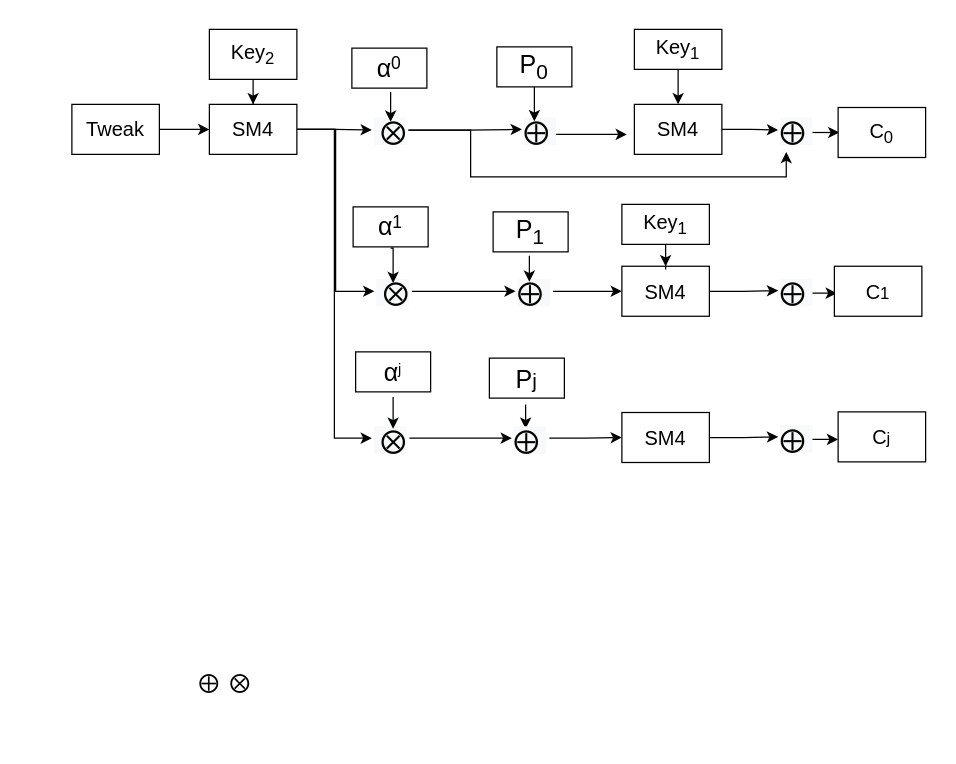
Before: serica/sm4-xts-improve.drawio in easycody/draw.io, a draw.io diagram. Source tidied: cells renumbered, new cells numbered last; positions are measured from the earlier drawing's top-left corner, leaving out a move shared by most shapes. Both pictures are drawn from the tidied source at 125%, with x=0, y=0 at pixel (71, 29).
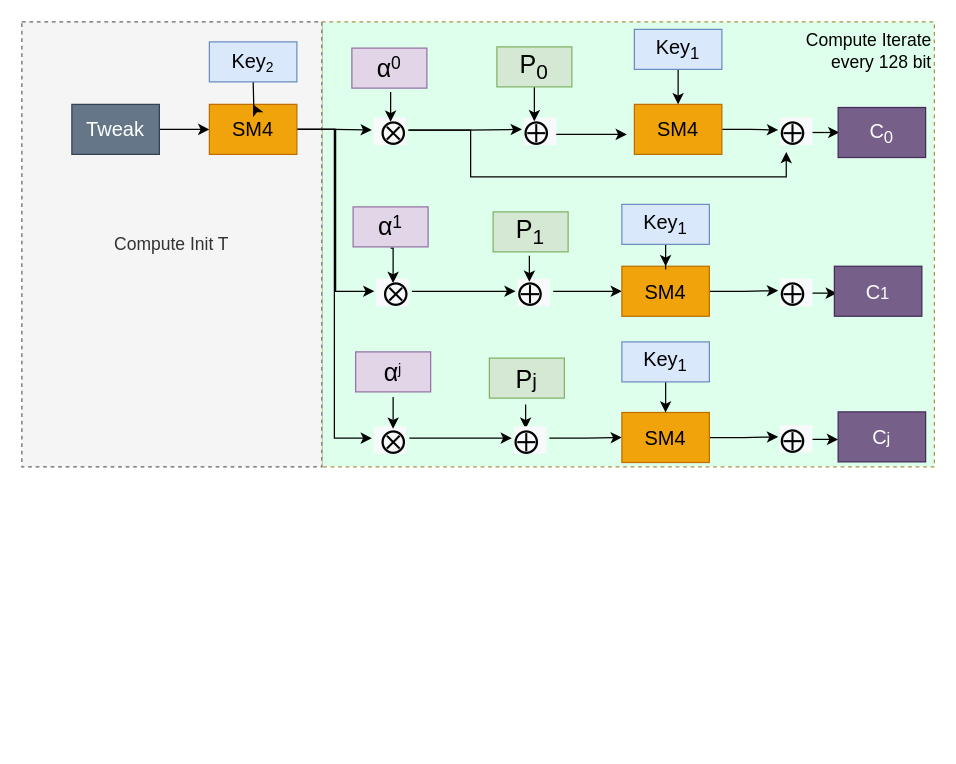
The same diagram, later.

The edit, as a diff of the source:
```diff
@@
+    <mxCell id="56" value="Compute Iterate &lt;br&gt;every 128 bit" style="rounded=0;whiteSpace=wrap;html=1;dashed=1;fontSize=14;strokeColor=#AD9346;fillColor=#DEFFEB;verticalAlign=top;align=right;" parent="1" vertex="1">
+      <mxGeometry x="200" y="-6" width="490" height="356" as="geometry" />
+    </mxCell>
+    <mxCell id="57" value="Compute Init T" style="rounded=0;whiteSpace=wrap;html=1;fontSize=14;strokeColor=#666666;fillColor=#f5f5f5;dashed=1;fontColor=#333333;" parent="1" vertex="1">
+      <mxGeometry x="-40" y="-6" width="240" height="356" as="geometry" />
+    </mxCell>
@@
-    <mxCell id="3" value="Tweak" style="rounded=0;whiteSpace=wrap;html=1;fontSize=16;" parent="1" vertex="1">
+    <mxCell id="3" value="Tweak" style="rounded=0;whiteSpace=wrap;html=1;fontSize=16;fillColor=#647687;fontColor=#ffffff;strokeColor=#314354;" parent="1" vertex="1">
       <mxGeometry y="60" width="70" height="40" as="geometry" />
     </mxCell>
@@
-    <mxCell id="7" value="SM4" style="rounded=0;whiteSpace=wrap;html=1;fontSize=16;" parent="1" vertex="1">
+    <mxCell id="7" value="SM4" style="rounded=0;whiteSpace=wrap;html=1;fontSize=16;fillColor=#f0a30a;strokeColor=#BD7000;fontColor=#000000;" parent="1" vertex="1">
       <mxGeometry x="110" y="60" width="70" height="40" as="geometry" />
     </mxCell>
-    <mxCell id="8" style="edgeStyle=orthogonalEdgeStyle;rounded=0;jettySize=auto;html=1;fontSize=16;" parent="1" edge="1" source="9" target="7">
-      <mxGeometry relative="1" as="geometry" />
+    <mxCell id="8" style="edgeStyle=orthogonalEdgeStyle;rounded=0;jettySize=auto;html=1;fontSize=16;" parent="1" edge="1" target="7">
+      <mxGeometry relative="1" as="geometry">
+        <mxPoint x="145" y="40" as="sourcePoint" />
+      </mxGeometry>
     </mxCell>
-    <mxCell id="9" value="Key&lt;sub&gt;2&lt;/sub&gt;" style="rounded=0;whiteSpace=wrap;html=1;fontSize=16;" parent="1" vertex="1">
-      <mxGeometry x="110" width="70" height="40" as="geometry" />
-    </mxCell>
-    <mxCell id="10" value="&lt;p class=&quot;MsoNormal&quot;&gt;&lt;span style=&quot;mso-spacerun:'yes';font-family:微软雅黑;font-size:12.0000pt;&#10;mso-font-kerning:1.0000pt;&quot;&gt;&lt;font face=&quot;微软雅黑&quot;&gt;⨁&lt;/font&gt;&lt;/span&gt;&lt;span style=&quot;mso-spacerun:'yes';font-family:微软雅黑;font-size:12.0000pt;&#10;mso-font-kerning:1.0000pt;&quot;&gt;&amp;nbsp;&amp;nbsp;&lt;font face=&quot;微软雅黑&quot;&gt;⨂&lt;/font&gt;&lt;/span&gt;&lt;/p&gt;" style="text;whiteSpace=wrap;html=1;fontSize=16;" parent="1" vertex="1">
-      <mxGeometry x="100" y="490" width="70" height="80" as="geometry" />
-    </mxCell>
@@
-    <mxCell id="22" value="&lt;span style=&quot;font-family: Arial; font-size: 20px; text-align: left;&quot;&gt;α&lt;/span&gt;&lt;span style=&quot;font-family: Arial; text-align: left;&quot;&gt;&lt;sup style=&quot;&quot;&gt;&lt;font style=&quot;font-size: 14px;&quot;&gt;0&lt;/font&gt;&lt;/sup&gt;&lt;/span&gt;" style="rounded=0;whiteSpace=wrap;html=1;fontSize=16;" parent="1" vertex="1">
+    <mxCell id="22" value="&lt;span style=&quot;font-family: Arial; font-size: 20px; text-align: left;&quot;&gt;α&lt;/span&gt;&lt;span style=&quot;font-family: Arial; text-align: left;&quot;&gt;&lt;sup style=&quot;&quot;&gt;&lt;font style=&quot;font-size: 14px;&quot;&gt;0&lt;/font&gt;&lt;/sup&gt;&lt;/span&gt;" style="rounded=0;whiteSpace=wrap;html=1;fontSize=16;fillColor=#e1d5e7;strokeColor=#9673a6;" parent="1" vertex="1">
       <mxGeometry x="224" y="15" width="60" height="32" as="geometry" />
     </mxCell>
@@
-    <mxCell id="24" value="&lt;span style=&quot;font-family: Arial; font-size: 20px; text-align: left;&quot;&gt;α&lt;/span&gt;&lt;span style=&quot;font-family: Arial; text-align: left;&quot;&gt;&lt;sup style=&quot;&quot;&gt;&lt;font style=&quot;font-size: 14px;&quot;&gt;1&lt;/font&gt;&lt;/sup&gt;&lt;/span&gt;" style="rounded=0;whiteSpace=wrap;html=1;fontSize=16;" parent="1" vertex="1">
+    <mxCell id="24" value="&lt;span style=&quot;font-family: Arial; font-size: 20px; text-align: left;&quot;&gt;α&lt;/span&gt;&lt;span style=&quot;font-family: Arial; text-align: left;&quot;&gt;&lt;sup style=&quot;&quot;&gt;&lt;font style=&quot;font-size: 14px;&quot;&gt;1&lt;/font&gt;&lt;/sup&gt;&lt;/span&gt;" style="rounded=0;whiteSpace=wrap;html=1;fontSize=16;fillColor=#e1d5e7;strokeColor=#9673a6;" parent="1" vertex="1">
       <mxGeometry x="225" y="142" width="60" height="32" as="geometry" />
     </mxCell>
@@
-    <mxCell id="26" value="&lt;span style=&quot;font-family: Arial; font-size: 20px; text-align: left;&quot;&gt;α&lt;/span&gt;&lt;span style=&quot;font-family: Arial; text-align: left; font-size: 14px;&quot;&gt;&lt;sup&gt;j&lt;/sup&gt;&lt;/span&gt;" style="rounded=0;whiteSpace=wrap;html=1;fontSize=16;" parent="1" vertex="1">
+    <mxCell id="26" value="&lt;span style=&quot;font-family: Arial; font-size: 20px; text-align: left;&quot;&gt;α&lt;/span&gt;&lt;span style=&quot;font-family: Arial; text-align: left; font-size: 14px;&quot;&gt;&lt;sup&gt;j&lt;/sup&gt;&lt;/span&gt;" style="rounded=0;whiteSpace=wrap;html=1;fontSize=16;fillColor=#e1d5e7;strokeColor=#9673a6;" parent="1" vertex="1">
       <mxGeometry x="227" y="258" width="60" height="32" as="geometry" />
     </mxCell>
@@
-    <mxCell id="30" value="SM4" style="rounded=0;whiteSpace=wrap;html=1;fontSize=16;" parent="1" vertex="1">
+    <mxCell id="30" value="SM4" style="rounded=0;whiteSpace=wrap;html=1;fontSize=16;fillColor=#f0a30a;strokeColor=#BD7000;fontColor=#000000;" parent="1" vertex="1">
       <mxGeometry x="450" y="60" width="70" height="40" as="geometry" />
     </mxCell>
@@
-    <mxCell id="33" value="C&lt;sub&gt;0&lt;/sub&gt;" style="rounded=0;whiteSpace=wrap;html=1;fontSize=16;" parent="1" vertex="1">
+    <mxCell id="33" value="C&lt;sub&gt;0&lt;/sub&gt;" style="rounded=0;whiteSpace=wrap;html=1;fontSize=16;fillColor=#76608a;fontColor=#ffffff;strokeColor=#432D57;" parent="1" vertex="1">
       <mxGeometry x="613" y="62.5" width="70" height="40" as="geometry" />
     </mxCell>
@@
-    <mxCell id="35" value="&lt;div style=&quot;text-align: left;&quot;&gt;&lt;span style=&quot;background-color: initial; font-size: 20px;&quot;&gt;&lt;font face=&quot;Arial&quot;&gt;P&lt;sub&gt;0&lt;/sub&gt;&lt;/font&gt;&lt;/span&gt;&lt;/div&gt;" style="rounded=0;whiteSpace=wrap;html=1;fontSize=16;" parent="1" vertex="1">
+    <mxCell id="35" value="&lt;div style=&quot;text-align: left;&quot;&gt;&lt;span style=&quot;background-color: initial; font-size: 20px;&quot;&gt;&lt;font face=&quot;Arial&quot;&gt;P&lt;sub&gt;0&lt;/sub&gt;&lt;/font&gt;&lt;/span&gt;&lt;/div&gt;" style="rounded=0;whiteSpace=wrap;html=1;fontSize=16;fillColor=#d5e8d4;strokeColor=#82b366;" parent="1" vertex="1">
       <mxGeometry x="340" y="14" width="60" height="32" as="geometry" />
     </mxCell>
@@
-    <mxCell id="37" value="Key&lt;sub&gt;1&lt;/sub&gt;" style="rounded=0;whiteSpace=wrap;html=1;fontSize=16;" parent="1" vertex="1">
+    <mxCell id="37" value="Key&lt;sub&gt;1&lt;/sub&gt;" style="rounded=0;whiteSpace=wrap;html=1;fontSize=16;fillColor=#dae8fc;strokeColor=#6c8ebf;" parent="1" vertex="1">
       <mxGeometry x="450" width="70" height="32" as="geometry" />
     </mxCell>
@@
-    <mxCell id="41" value="&lt;div style=&quot;text-align: left;&quot;&gt;&lt;span style=&quot;background-color: initial; font-size: 20px;&quot;&gt;&lt;font face=&quot;Arial&quot;&gt;P&lt;sub&gt;1&lt;/sub&gt;&lt;/font&gt;&lt;/span&gt;&lt;/div&gt;" style="rounded=0;whiteSpace=wrap;html=1;fontSize=16;" parent="1" vertex="1">
+    <mxCell id="41" value="&lt;div style=&quot;text-align: left;&quot;&gt;&lt;span style=&quot;background-color: initial; font-size: 20px;&quot;&gt;&lt;font face=&quot;Arial&quot;&gt;P&lt;sub&gt;1&lt;/sub&gt;&lt;/font&gt;&lt;/span&gt;&lt;/div&gt;" style="rounded=0;whiteSpace=wrap;html=1;fontSize=16;fillColor=#d5e8d4;strokeColor=#82b366;" parent="1" vertex="1">
       <mxGeometry x="337" y="146" width="60" height="32" as="geometry" />
     </mxCell>
@@
-    <mxCell id="43" value="SM4" style="rounded=0;whiteSpace=wrap;html=1;fontSize=16;" parent="1" vertex="1">
+    <mxCell id="43" value="SM4" style="rounded=0;whiteSpace=wrap;html=1;fontSize=16;fillColor=#f0a30a;strokeColor=#BD7000;fontColor=#000000;" parent="1" vertex="1">
       <mxGeometry x="440" y="189.5" width="70" height="40" as="geometry" />
     </mxCell>
@@
-    <mxCell id="45" value="Key&lt;sub&gt;1&lt;/sub&gt;" style="rounded=0;whiteSpace=wrap;html=1;fontSize=16;" parent="1" vertex="1">
+    <mxCell id="45" value="Key&lt;sub&gt;1&lt;/sub&gt;" style="rounded=0;whiteSpace=wrap;html=1;fontSize=16;fillColor=#dae8fc;strokeColor=#6c8ebf;" parent="1" vertex="1">
       <mxGeometry x="440" y="140" width="70" height="32" as="geometry" />
     </mxCell>
@@
-    <mxCell id="48" value="C&lt;span style=&quot;font-size: 13.3333px;&quot;&gt;1&lt;/span&gt;" style="rounded=0;whiteSpace=wrap;html=1;fontSize=16;" parent="1" vertex="1">
+    <mxCell id="48" value="C&lt;span style=&quot;font-size: 13.3333px;&quot;&gt;1&lt;/span&gt;" style="rounded=0;whiteSpace=wrap;html=1;fontSize=16;fillColor=#76608a;fontColor=#ffffff;strokeColor=#432D57;" parent="1" vertex="1">
       <mxGeometry x="610" y="189.5" width="70" height="40" as="geometry" />
     </mxCell>
@@
-    <mxCell id="50" value="&lt;div style=&quot;text-align: left;&quot;&gt;&lt;span style=&quot;background-color: initial;&quot;&gt;&lt;font style=&quot;&quot; face=&quot;Arial&quot;&gt;&lt;span style=&quot;font-size: 20px;&quot;&gt;P&lt;/span&gt;&lt;span style=&quot;font-size: 16.6667px;&quot;&gt;j&lt;/span&gt;&lt;/font&gt;&lt;/span&gt;&lt;/div&gt;" style="rounded=0;whiteSpace=wrap;html=1;fontSize=16;" parent="1" vertex="1">
+    <mxCell id="50" value="&lt;div style=&quot;text-align: left;&quot;&gt;&lt;span style=&quot;background-color: initial;&quot;&gt;&lt;font style=&quot;&quot; face=&quot;Arial&quot;&gt;&lt;span style=&quot;font-size: 20px;&quot;&gt;P&lt;/span&gt;&lt;span style=&quot;font-size: 16.6667px;&quot;&gt;j&lt;/span&gt;&lt;/font&gt;&lt;/span&gt;&lt;/div&gt;" style="rounded=0;whiteSpace=wrap;html=1;fontSize=16;fillColor=#d5e8d4;strokeColor=#82b366;" parent="1" vertex="1">
       <mxGeometry x="334" y="263" width="60" height="32" as="geometry" />
     </mxCell>
@@
-    <mxCell id="54" value="SM4" style="rounded=0;whiteSpace=wrap;html=1;fontSize=16;" parent="1" vertex="1">
+    <mxCell id="54" value="SM4" style="rounded=0;whiteSpace=wrap;html=1;fontSize=16;fillColor=#f0a30a;strokeColor=#BD7000;fontColor=#000000;" parent="1" vertex="1">
       <mxGeometry x="440" y="306.5" width="70" height="40" as="geometry" />
     </mxCell>
-    <mxCell id="55" value="C&lt;span style=&quot;font-size: 13.3333px;&quot;&gt;j&lt;/span&gt;" style="rounded=0;whiteSpace=wrap;html=1;fontSize=16;" parent="1" vertex="1">
+    <mxCell id="55" value="C&lt;span style=&quot;font-size: 13.3333px;&quot;&gt;j&lt;/span&gt;" style="rounded=0;whiteSpace=wrap;html=1;fontSize=16;fillColor=#76608a;fontColor=#ffffff;strokeColor=#432D57;" parent="1" vertex="1">
       <mxGeometry x="613" y="306" width="70" height="40" as="geometry" />
     </mxCell>
+    <mxCell id="58" style="edgeStyle=orthogonalEdgeStyle;rounded=0;jettySize=auto;html=1;fontSize=14;" parent="1" edge="1" source="59" target="54">
+      <mxGeometry relative="1" as="geometry" />
+    </mxCell>
+    <mxCell id="59" value="Key&lt;sub&gt;1&lt;/sub&gt;" style="rounded=0;whiteSpace=wrap;html=1;fontSize=16;fillColor=#dae8fc;strokeColor=#6c8ebf;" parent="1" vertex="1">
+      <mxGeometry x="440" y="250" width="70" height="32" as="geometry" />
+    </mxCell>
+    <mxCell id="9" value="Key&lt;span style=&quot;font-size: 13.3333px;&quot;&gt;&lt;sub&gt;2&lt;/sub&gt;&lt;/span&gt;" style="rounded=0;whiteSpace=wrap;html=1;fontSize=16;fillColor=#dae8fc;strokeColor=#6c8ebf;" parent="1" vertex="1">
+      <mxGeometry x="110" y="10" width="70" height="32" as="geometry" />
+    </mxCell>
```
